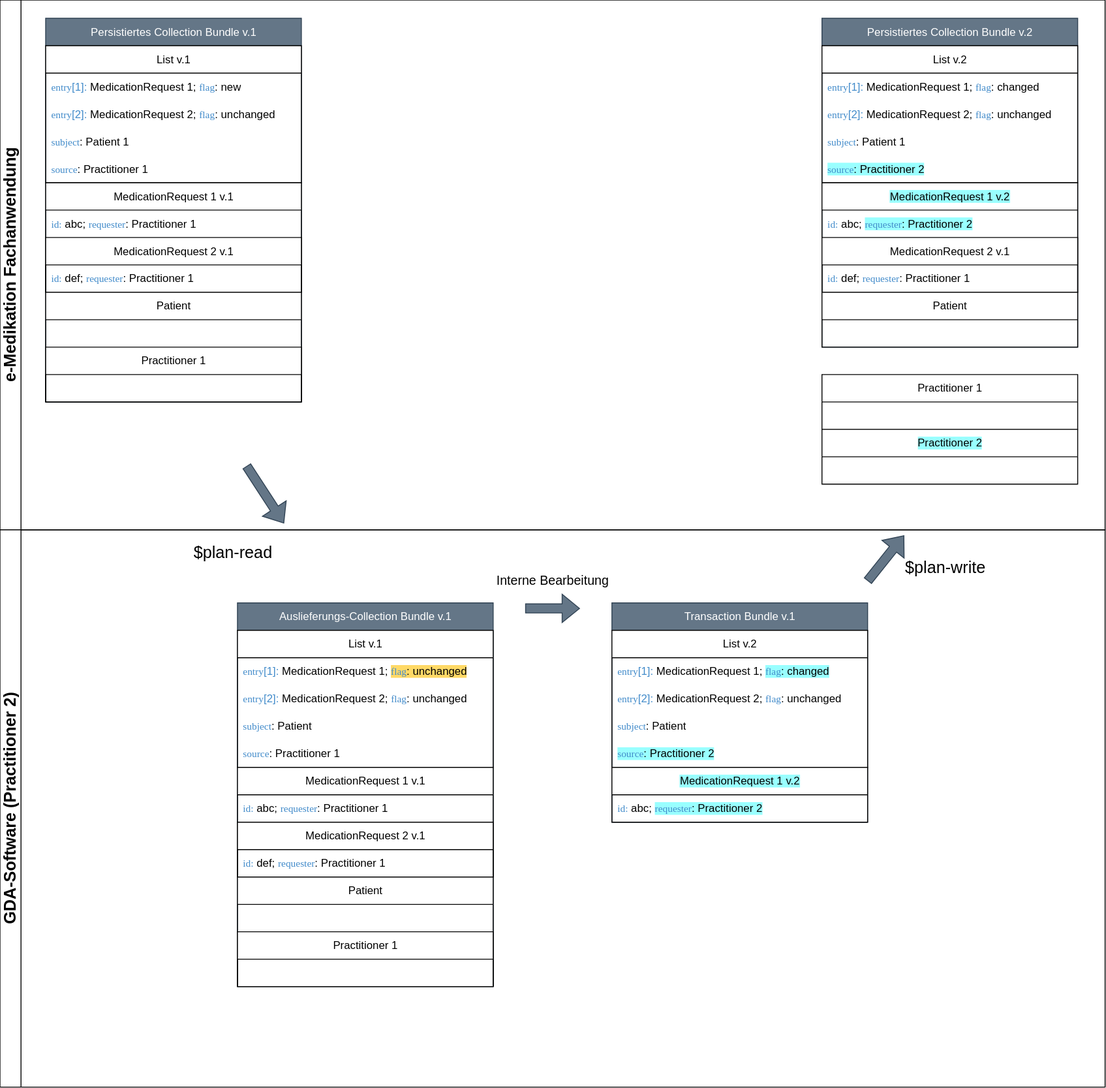
Earlier version of the draw.io export input/images/class_diagram_planread_planwrite.drawio.svg (HL7Austria/ELGA-e-Medikation-R4). Source tidied: cells renumbered, new cells last; positions are measured from the earlier drawing's top-left corner, leaving out a move shared by most shapes.
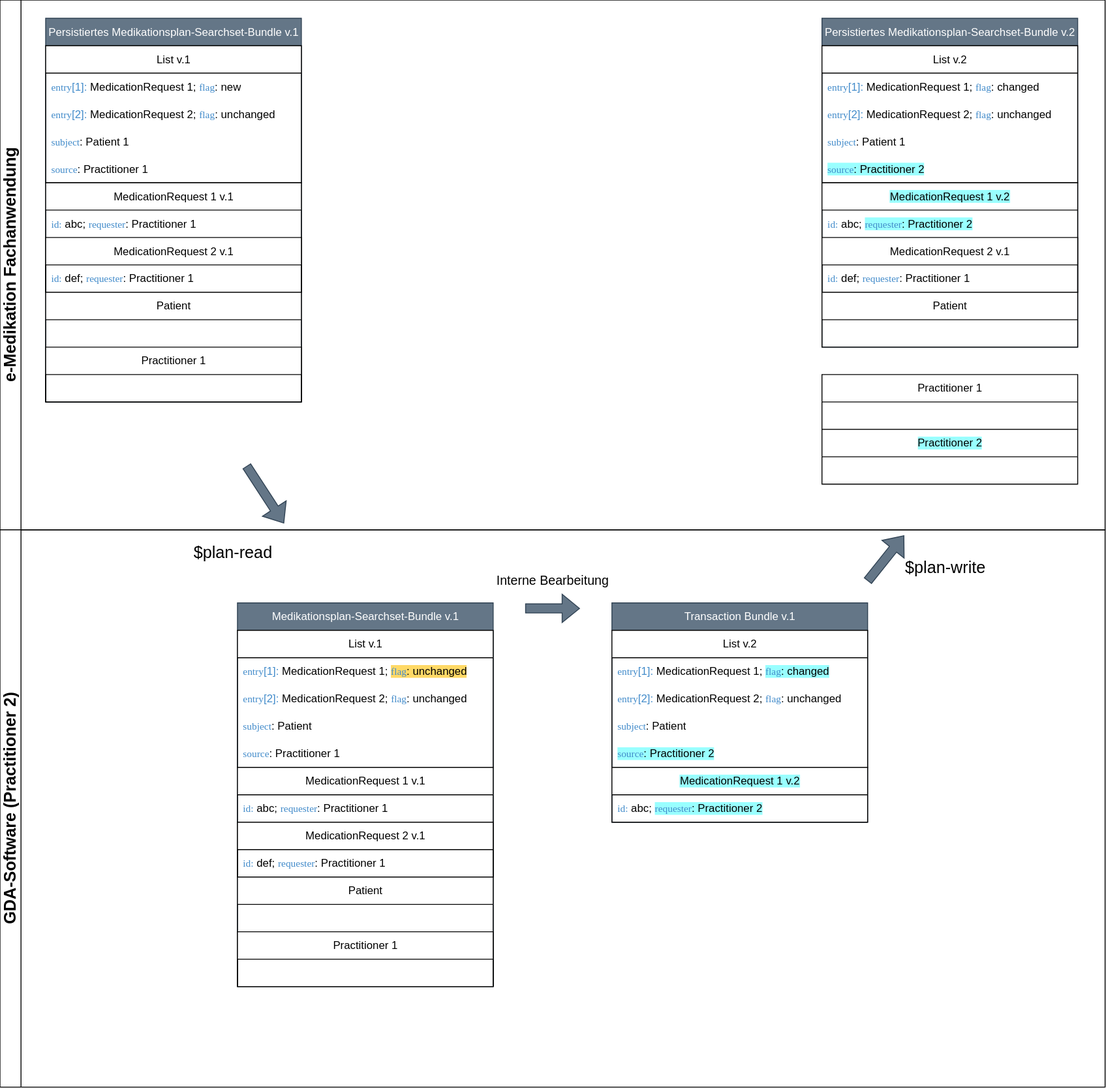
After the change.

What changed in the source:
```diff
@@ -5,7 +5,7 @@
     <mxCell id="2" value="&lt;font style=&quot;font-size: 18px;&quot;&gt;e-Medikation Fachanwendung&lt;/font&gt;" style="swimlane;horizontal=0;whiteSpace=wrap;html=1;" parent="1" vertex="1">
       <mxGeometry width="1210" height="580" as="geometry" />
     </mxCell>
-    <mxCell id="3" value="Persistiertes Collection Bundle v.1" style="swimlane;fontStyle=0;horizontal=1;startSize=30;whiteSpace=wrap;html=1;fillColor=#647687;strokeColor=#314354;fontColor=#ffffff;" parent="2" vertex="1">
+    <mxCell id="3" value="Persistiertes Medikationsplan-Searchset-Bundle v.1" style="swimlane;fontStyle=0;horizontal=1;startSize=30;whiteSpace=wrap;html=1;fillColor=#647687;strokeColor=#314354;fontColor=#ffffff;" parent="2" vertex="1">
       <mxGeometry x="50" y="20" width="280" height="420" as="geometry" />
     </mxCell>
     <mxCell id="4" value="List v.1" style="swimlane;fontStyle=0;horizontal=1;startSize=30;whiteSpace=wrap;html=1;" parent="3" vertex="1">
@@ -44,7 +44,7 @@
     <mxCell id="15" value="Practitioner 1" style="swimlane;fontStyle=0;horizontal=1;startSize=30;whiteSpace=wrap;html=1;" parent="13" vertex="1">
       <mxGeometry y="60" width="280" height="60" as="geometry" />
     </mxCell>
-    <mxCell id="16" value="Persistiertes Collection Bundle v.2" style="swimlane;fontStyle=0;horizontal=1;startSize=30;whiteSpace=wrap;html=1;fillColor=#647687;strokeColor=#314354;fontColor=#ffffff;" parent="2" vertex="1">
+    <mxCell id="16" value="Persistiertes Medikationsplan-Searchset-Bundle v.2" style="swimlane;fontStyle=0;horizontal=1;startSize=30;whiteSpace=wrap;html=1;fillColor=#647687;strokeColor=#314354;fontColor=#ffffff;" parent="2" vertex="1">
       <mxGeometry x="900" y="20" width="280" height="360" as="geometry" />
     </mxCell>
     <mxCell id="17" value="List v.2" style="swimlane;fontStyle=0;horizontal=1;startSize=30;whiteSpace=wrap;html=1;" parent="16" vertex="1">
@@ -116,7 +116,7 @@
         <mxPoint x="990" y="6" as="targetPoint" />
       </mxGeometry>
     </mxCell>
-    <mxCell id="37" value="Auslieferungs-Collection Bundle v.1" style="swimlane;fontStyle=0;horizontal=1;startSize=30;whiteSpace=wrap;html=1;fillColor=#647687;strokeColor=#314354;fontColor=#ffffff;" parent="30" vertex="1">
+    <mxCell id="37" value="Medikationsplan-Searchset-Bundle v.1" style="swimlane;fontStyle=0;horizontal=1;startSize=30;whiteSpace=wrap;html=1;fillColor=#647687;strokeColor=#314354;fontColor=#ffffff;" parent="30" vertex="1">
       <mxGeometry x="260" y="80" width="280" height="420" as="geometry" />
     </mxCell>
     <mxCell id="38" value="List v.1" style="swimlane;fontStyle=0;horizontal=1;startSize=30;whiteSpace=wrap;html=1;" parent="37" vertex="1">
```
